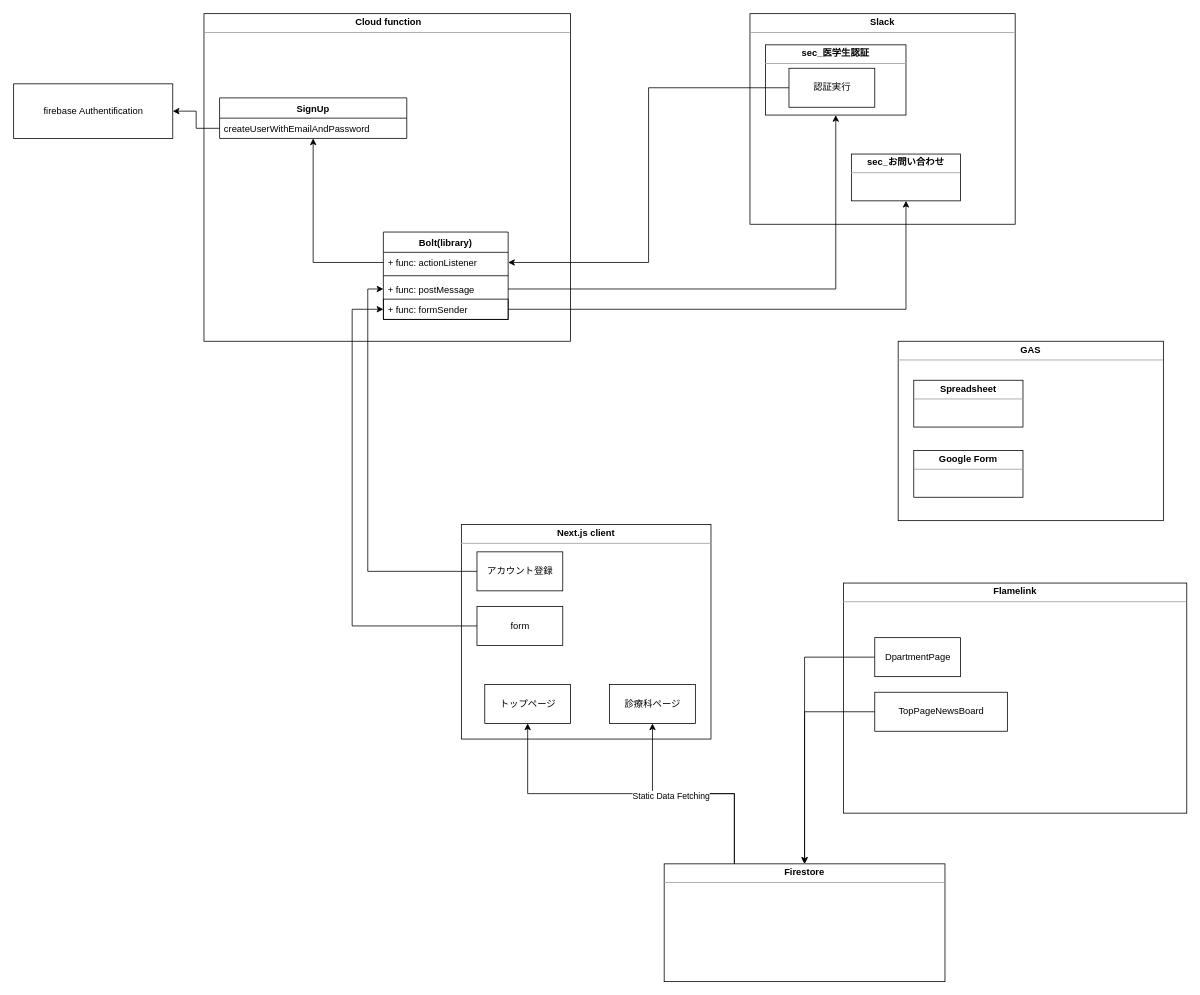
Wakuba/one-doctor keeps this draw.io diagram as drawioChart/servicesRelationMap.drawio. Above is the earlier version. Source tidied: cells renumbered, new cells numbered last; positions are measured from the earlier drawing's top-left corner, leaving out a move shared by most shapes. Both pictures are drawn from the tidied source at 78%, with x=0, y=0 at pixel (13, 13).
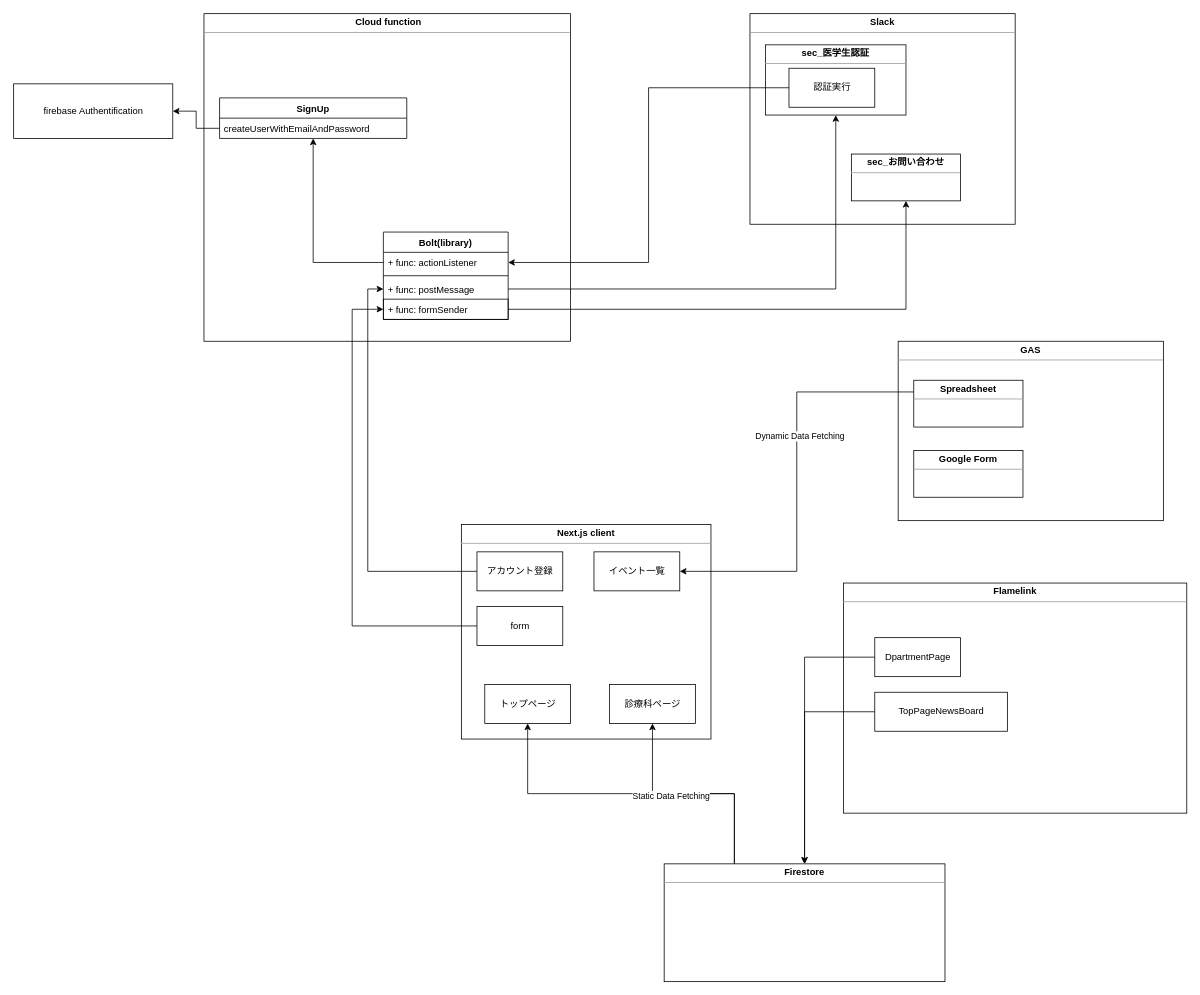
The same page after the edit.

Unchanged cells that the change refers to:
```xml
<mxCell id="11" value="&lt;p style=&quot;margin: 0px ; margin-top: 4px ; text-align: center&quot;&gt;&lt;b&gt;Spreadsheet&lt;/b&gt;&lt;/p&gt;&lt;hr size=&quot;1&quot;&gt;&lt;div style=&quot;height: 2px&quot;&gt;&lt;/div&gt;" style="verticalAlign=top;align=left;overflow=fill;fontSize=12;fontFamily=Helvetica;html=1;" parent="9" vertex="1">
  <mxGeometry x="20" y="50" width="140" height="60" as="geometry" />
</mxCell>
```

Diff of the diagram source:
```diff
@@
+    <mxCell id="40" value="イベント一覧" style="html=1;strokeColor=default;" parent="1" vertex="1">
+      <mxGeometry x="744" y="690" width="110" height="50" as="geometry" />
+    </mxCell>
+    <mxCell id="41" style="edgeStyle=orthogonalEdgeStyle;rounded=0;jettySize=auto;html=1;exitX=0;exitY=0.25;exitDx=0;exitDy=0;entryX=1;entryY=0.5;entryDx=0;entryDy=0;" parent="1" edge="1" source="11" target="40">
+      <mxGeometry relative="1" as="geometry" />
+    </mxCell>
+    <mxCell id="42" value="Dynamic Data Fetching" style="edgeLabel;html=1;align=center;verticalAlign=middle;" parent="41" vertex="1">
+      <mxGeometry x="-0.22" y="3" relative="1" as="geometry">
+        <mxPoint y="-1" as="offset" />
+      </mxGeometry>
+    </mxCell>
```
